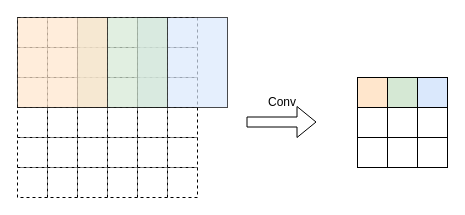
This is convpool.drawio from ThrowYouARem/d2l-zh, a draw.io file, before an edit. Source tidied: cells renumbered, new cells numbered last; positions are measured from the earlier drawing's top-left corner, leaving out a move shared by most shapes. Both pictures are drawn from the tidied source at 100%, with x=0, y=0 at pixel (17, 17).
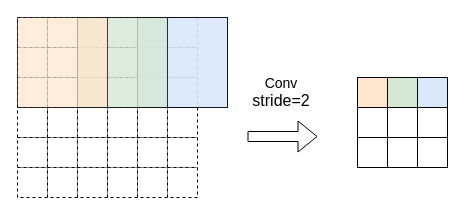
The same page after the edit.

The edit, as a diff of the source:
```diff
@@
-    <mxCell id="38" style="rounded=0;whiteSpace=wrap;html=1;opacity=70;fillColor=#dae8fc;strokeColor=light-dark(#000000, #996500);" parent="1" vertex="1">
+    <mxCell id="38" style="rounded=0;whiteSpace=wrap;html=1;opacity=90;fillColor=#dae8fc;strokeColor=light-dark(#000000, #996500);" parent="1" vertex="1">
       <mxGeometry x="120" width="90" height="90" as="geometry" />
     </mxCell>
-    <mxCell id="39" style="rounded=0;whiteSpace=wrap;html=1;opacity=70;fillColor=#d5e8d4;strokeColor=light-dark(#000000, #996500);" parent="1" vertex="1">
+    <mxCell id="39" style="rounded=0;whiteSpace=wrap;html=1;opacity=80;fillColor=#d5e8d4;strokeColor=light-dark(#000000, #996500);" parent="1" vertex="1">
       <mxGeometry x="60" width="90" height="90" as="geometry" />
     </mxCell>
@@
     <mxCell id="41" style="shape=flexArrow;endArrow=classic;html=1;rounded=0;" parent="1" edge="1">
       <mxGeometry relative="1" as="geometry">
-        <mxPoint x="229" y="104.5" as="sourcePoint" />
-        <mxPoint x="299" y="104.5" as="targetPoint" />
+        <mxPoint x="230" y="119" as="sourcePoint" />
+        <mxPoint x="300" y="119" as="targetPoint" />
       </mxGeometry>
     </mxCell>
@@
-    <mxCell id="51" value="Conv" style="text;html=1;align=center;verticalAlign=middle;whiteSpace=wrap;rounded=0;" parent="1" vertex="1">
-      <mxGeometry x="230" y="70" width="70" height="30" as="geometry" />
+    <mxCell id="51" value="&lt;font style=&quot;font-size: 14px;&quot;&gt;Conv&lt;/font&gt;&lt;div&gt;&lt;font size=&quot;3&quot;&gt;stride&lt;span style=&quot;background-color: transparent; color: light-dark(rgb(0, 0, 0), rgb(255, 255, 255));&quot;&gt;=2&lt;/span&gt;&lt;/font&gt;&lt;/div&gt;" style="text;html=1;align=center;verticalAlign=middle;whiteSpace=wrap;rounded=0;" parent="1" vertex="1">
+      <mxGeometry x="228.5" y="50" width="70" height="50" as="geometry" />
     </mxCell>
```
